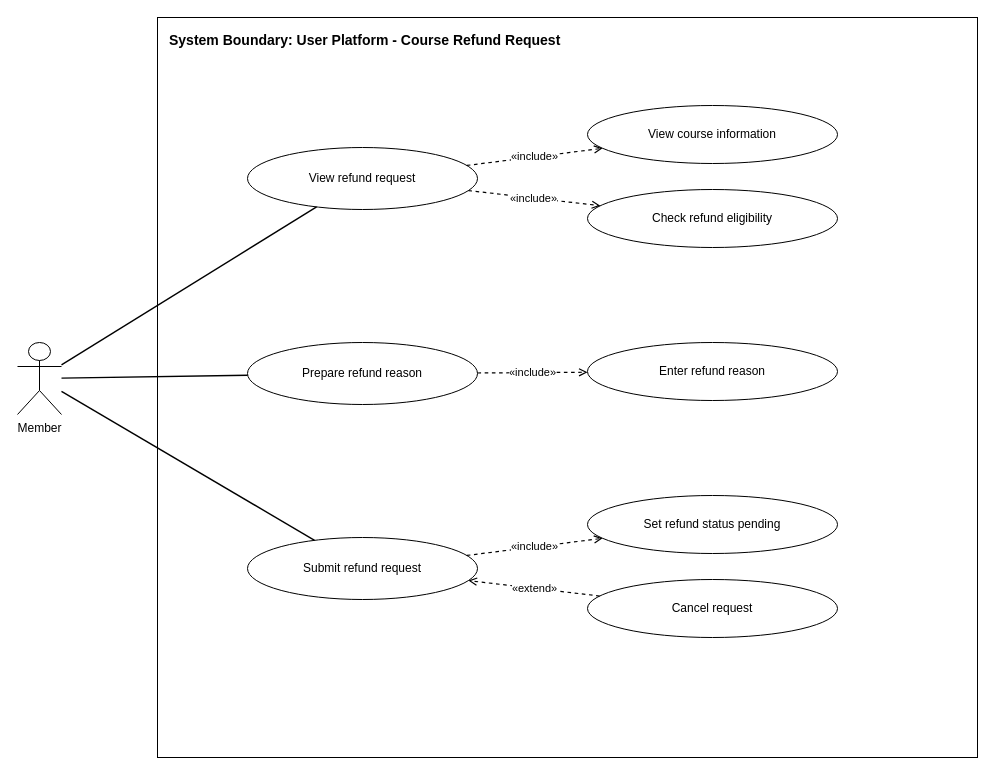
Above: page "UC 11 Refund Request" (10 of 19) of CoLearnX_19_Use_Case_Diagrams.drawio in ShubertChan/ColearnX-Training-Platform (draw.io), before the change. Source tidied: cells renumbered, new cells numbered last; positions are measured from the earlier drawing's top-left corner, leaving out a move shared by most shapes. Both pictures are drawn from the tidied source at 100%, with x=0, y=0 at pixel (17, 17).
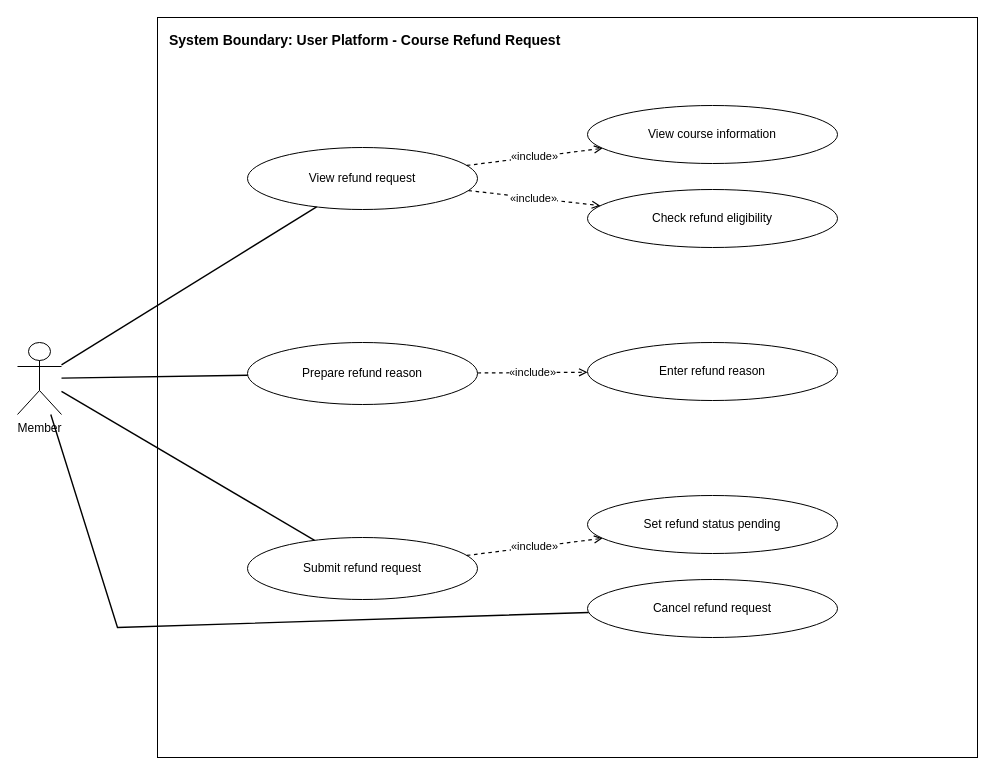
Above is the later version.

The change refers to these unchanged cells:
```xml
<mxCell id="3" value="Member" style="shape=umlActor;verticalLabelPosition=bottom;verticalAlign=top;html=1;outlineConnect=0;strokeColor=#000000;fillColor=#ffffff;fontSize=12;" parent="1" vertex="1">
  <mxGeometry y="325" width="44" height="72" as="geometry" />
</mxCell>
<mxCell id="14" value="Submit refund request" style="ellipse;whiteSpace=wrap;html=1;fillColor=#ffffff;strokeColor=#000000;fontSize=12;" parent="1" vertex="1">
  <mxGeometry x="230" y="520" width="230" height="62" as="geometry" />
</mxCell>
```

The edit, as a diff of the source:
```diff
@@
-    <mxCell id="18" value="Cancel request" style="ellipse;whiteSpace=wrap;html=1;fillColor=#ffffff;strokeColor=#000000;fontSize=12;" parent="1" vertex="1">
+    <mxCell id="18" value="Cancel refund request" style="ellipse;whiteSpace=wrap;html=1;fillColor=#ffffff;strokeColor=#000000;fontSize=12;" parent="1" vertex="1">
       <mxGeometry x="570" y="562" width="250" height="58" as="geometry" />
     </mxCell>
-    <mxCell id="19" value="«extend»" style="endArrow=open;endFill=0;dashed=1;html=1;rounded=0;strokeWidth=1.2;" parent="1" edge="1" source="18" target="14">
-      <mxGeometry relative="1" as="geometry" />
-    </mxCell>
+    <mxCell id="20" style="endArrow=none;html=1;rounded=0;strokeWidth=1.4;" parent="1" edge="1" source="3" target="18">
+      <mxGeometry relative="1" as="geometry">
+        <Array as="points">
+          <mxPoint x="100" y="610" />
+        </Array>
+      </mxGeometry>
+    </mxCell>
```
